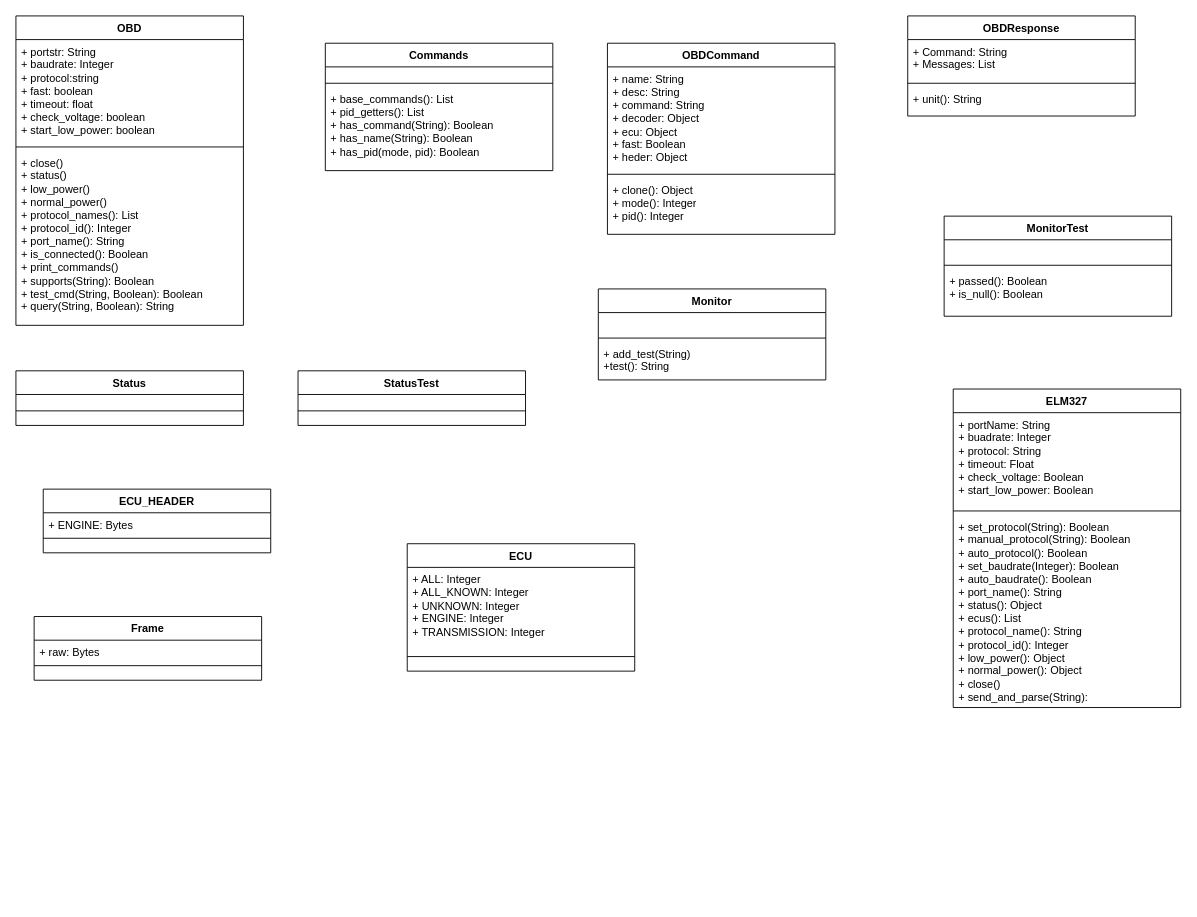
Above: docs/python-OBD.drawio in ironiot/bcit-issp (draw.io), before the change. Source tidied: cells renumbered, new cells numbered last; positions are measured from the earlier drawing's top-left corner, leaving out a move shared by most shapes. Both pictures are drawn from the tidied source at 91%, with x=0, y=0 at pixel (15, 15).
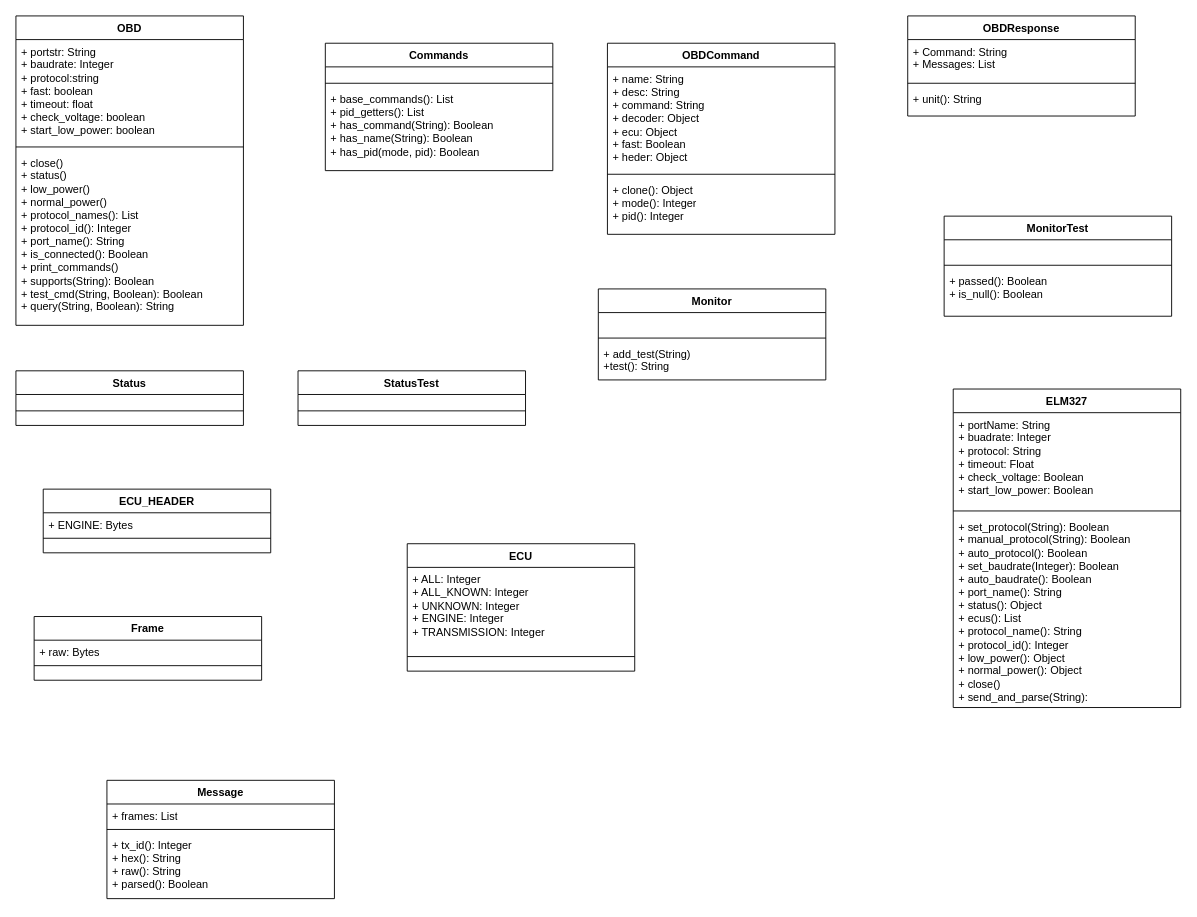
Above is the later version.

Commit message (it also covers changes not shown here):
added a UML class diagram for Message class

Diff of the diagram source:
```diff
@@
+    <mxCell id="50" value="Message" style="swimlane;fontStyle=1;align=center;verticalAlign=top;horizontal=1;startSize=26;whiteSpace=wrap;html=1;" parent="1" vertex="1">
+      <mxGeometry x="100" y="840" width="250" height="130" as="geometry" />
+    </mxCell>
+    <mxCell id="51" value="&lt;div&gt;+ frames: List&lt;/div&gt;" style="text;strokeColor=none;fillColor=none;align=left;verticalAlign=top;spacingLeft=4;spacingRight=4;overflow=hidden;whiteSpace=wrap;html=1;" parent="50" vertex="1">
+      <mxGeometry y="26" width="250" height="24" as="geometry" />
+    </mxCell>
+    <mxCell id="52" style="line;strokeWidth=1;fillColor=none;align=left;verticalAlign=middle;spacingTop=-1;spacingLeft=3;spacingRight=3;labelPosition=right;strokeColor=inherit;" parent="50" vertex="1">
+      <mxGeometry y="50" width="250" height="8" as="geometry" />
+    </mxCell>
+    <mxCell id="53" value="&lt;div&gt;+ tx_id(): Integer&lt;/div&gt;&lt;div&gt;+ hex(): String&lt;/div&gt;&lt;div&gt;+ raw(): String&lt;/div&gt;&lt;div&gt;+ parsed(): Boolean&lt;/div&gt;&lt;div&gt;&lt;br&gt;&lt;/div&gt;" style="text;strokeColor=none;fillColor=none;align=left;verticalAlign=top;spacingLeft=4;spacingRight=4;overflow=hidden;whiteSpace=wrap;html=1;" parent="50" vertex="1">
+      <mxGeometry y="58" width="250" height="72" as="geometry" />
+    </mxCell>
```
